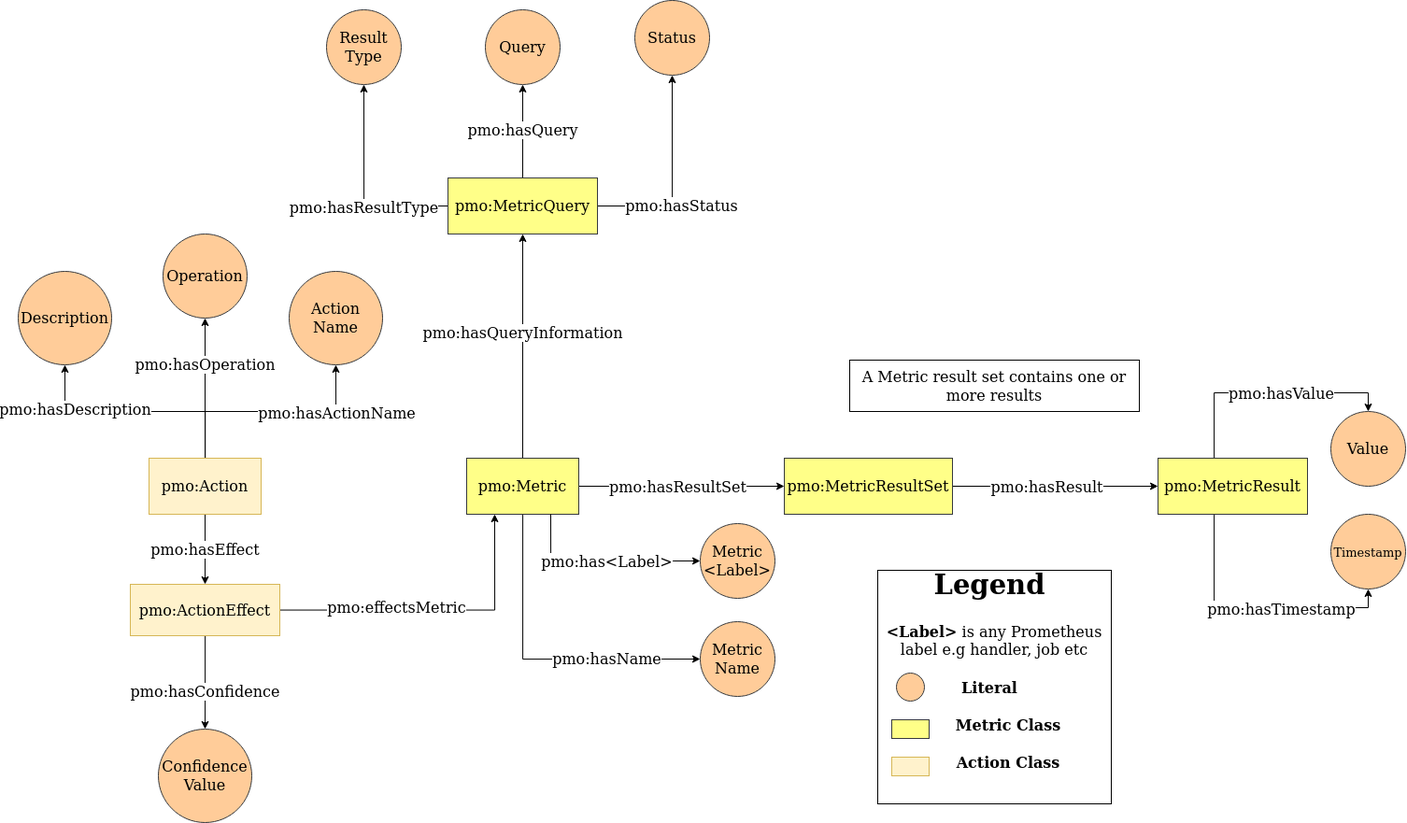
Before: images/class_interaction.png, a diagram exported from draw.io (alex-randles/Test-Github-Pages). Source tidied: cells renumbered, new cells last; positions are measured from the earlier drawing's top-left corner, leaving out a move shared by most shapes. The source it was exported from:
```xml
<mxGraphModel background="#ffffff">
  <root>
    <mxCell id="0" />
    <mxCell id="1" parent="0" />
    <mxCell id="2" style="edgeStyle=orthogonalEdgeStyle;rounded=0;jettySize=auto;html=1;fontSize=16;" parent="1" edge="1" source="6" target="10">
      <mxGeometry relative="1" as="geometry" />
    </mxCell>
    <mxCell id="3" value="pmo:hasResultSet" style="edgeLabel;html=1;align=center;verticalAlign=middle;fontSize=16;" parent="2" vertex="1">
      <mxGeometry x="0.08" y="1" relative="1" as="geometry">
        <mxPoint x="-13" y="1" as="offset" />
      </mxGeometry>
    </mxCell>
    <mxCell id="4" value="pmo:hasName" style="edgeStyle=orthogonalEdgeStyle;rounded=0;jettySize=auto;html=1;entryX=0;entryY=0.5;entryDx=0;entryDy=0;fontSize=16;" parent="1" edge="1" source="6" target="7">
      <mxGeometry x="0.42" relative="1" as="geometry">
        <Array as="points">
          <mxPoint x="540" y="705" />
        </Array>
      </mxGeometry>
    </mxCell>
    <mxCell id="5" value="pmo:hasQueryInformation" style="edgeStyle=orthogonalEdgeStyle;rounded=0;jettySize=auto;html=1;fontSize=16;" parent="1" edge="1" source="6" target="30">
      <mxGeometry x="0.12" relative="1" as="geometry">
        <mxPoint y="1" as="offset" />
      </mxGeometry>
    </mxCell>
    <mxCell id="6" value="pmo:Metric" style="rounded=0;whiteSpace=wrap;html=1;fillColor=#ffff88;strokeColor=#36393d;fontSize=16;" parent="1" vertex="1">
      <mxGeometry x="480" y="490" width="120" height="60" as="geometry" />
    </mxCell>
    <mxCell id="7" value="Metric Name" style="ellipse;whiteSpace=wrap;html=1;fontSize=16;fillColor=#ffcc99;strokeColor=#36393d;" parent="1" vertex="1">
      <mxGeometry x="730" y="665" width="80" height="80" as="geometry" />
    </mxCell>
    <mxCell id="8" style="edgeStyle=orthogonalEdgeStyle;rounded=0;jettySize=auto;html=1;fontSize=13;" parent="1" edge="1" source="10" target="24">
      <mxGeometry relative="1" as="geometry" />
    </mxCell>
    <mxCell id="9" value="pmo:hasResult" style="edgeLabel;html=1;align=center;verticalAlign=middle;fontSize=16;" parent="8" vertex="1">
      <mxGeometry x="-0.26" y="-5" relative="1" as="geometry">
        <mxPoint x="18" y="-5" as="offset" />
      </mxGeometry>
    </mxCell>
    <mxCell id="10" value="pmo:MetricResultSet" style="rounded=0;whiteSpace=wrap;html=1;fillColor=#ffff88;strokeColor=#36393d;fontSize=16;" parent="1" vertex="1">
      <mxGeometry x="820" y="490" width="180" height="60" as="geometry" />
    </mxCell>
    <mxCell id="11" style="edgeStyle=orthogonalEdgeStyle;rounded=0;jettySize=auto;html=1;entryX=0.75;entryY=1;entryDx=0;entryDy=0;fontSize=16;endArrow=none;endFill=0;startArrow=classic;startFill=1;" parent="1" edge="1" source="13" target="6">
      <mxGeometry relative="1" as="geometry" />
    </mxCell>
    <mxCell id="12" value="pmo:has&amp;lt;Label&amp;gt;" style="edgeLabel;html=1;align=center;verticalAlign=middle;fontSize=16;" parent="11" vertex="1">
      <mxGeometry x="0.07" y="2" relative="1" as="geometry">
        <mxPoint x="12" y="-2" as="offset" />
      </mxGeometry>
    </mxCell>
    <mxCell id="13" value="Metric &amp;lt;Label&amp;gt;" style="ellipse;whiteSpace=wrap;html=1;fontSize=16;fillColor=#ffcc99;strokeColor=#36393d;" parent="1" vertex="1">
      <mxGeometry x="730" y="560" width="80" height="80" as="geometry" />
    </mxCell>
    <mxCell id="14" value="&lt;b&gt;&amp;lt;Label&amp;gt;&lt;/b&gt; is any Prometheus label e.g handler, job etc" style="text;html=1;strokeColor=none;fillColor=none;align=center;verticalAlign=middle;whiteSpace=wrap;rounded=0;fontSize=16;" parent="1" vertex="1">
      <mxGeometry x="920" y="680" width="250" height="10" as="geometry" />
    </mxCell>
    <mxCell id="15" value="Value" style="ellipse;whiteSpace=wrap;html=1;fontSize=16;fillColor=#ffcc99;strokeColor=#36393d;" parent="1" vertex="1">
      <mxGeometry x="1405" y="440" width="80" height="80" as="geometry" />
    </mxCell>
    <mxCell id="16" style="ellipse;whiteSpace=wrap;html=1;fontSize=16;fillColor=#ffcc99;strokeColor=#36393d;" parent="1" vertex="1">
      <mxGeometry x="940" y="720" width="30" height="30" as="geometry" />
    </mxCell>
    <mxCell id="17" value="&lt;div&gt;&lt;br&gt;&lt;/div&gt;&lt;div&gt;&lt;br&gt;&lt;/div&gt;" style="rounded=0;whiteSpace=wrap;html=1;fillColor=#ffff88;strokeColor=#36393d;fontSize=16;" parent="1" vertex="1">
      <mxGeometry x="935" y="770" width="40" height="20" as="geometry" />
    </mxCell>
    <mxCell id="18" value="Literal" style="text;html=1;strokeColor=none;fillColor=none;align=center;verticalAlign=middle;whiteSpace=wrap;rounded=0;fontSize=16;fontStyle=1;" parent="1" vertex="1">
      <mxGeometry x="990" y="730" width="100" height="10" as="geometry" />
    </mxCell>
    <mxCell id="19" value="Metric Class" style="text;html=1;strokeColor=none;fillColor=none;align=center;verticalAlign=middle;whiteSpace=wrap;rounded=0;fontSize=16;fontStyle=1;" parent="1" vertex="1">
      <mxGeometry x="990" y="770" width="140" height="10" as="geometry" />
    </mxCell>
    <mxCell id="20" style="edgeStyle=orthogonalEdgeStyle;rounded=0;jettySize=auto;html=1;entryX=0.5;entryY=0;entryDx=0;entryDy=0;fontSize=13;" parent="1" edge="1" source="24" target="15">
      <mxGeometry relative="1" as="geometry">
        <Array as="points">
          <mxPoint x="1280" y="420" />
          <mxPoint x="1445" y="420" />
        </Array>
      </mxGeometry>
    </mxCell>
    <mxCell id="21" value="pmo:hasValue" style="edgeLabel;html=1;align=center;verticalAlign=middle;fontSize=16;" parent="20" vertex="1">
      <mxGeometry x="-0.19" y="-2" relative="1" as="geometry">
        <mxPoint x="37" y="-2" as="offset" />
      </mxGeometry>
    </mxCell>
    <mxCell id="22" style="edgeStyle=orthogonalEdgeStyle;rounded=0;jettySize=auto;html=1;entryX=0.5;entryY=1;entryDx=0;entryDy=0;fontSize=13;" parent="1" edge="1" source="24" target="25">
      <mxGeometry relative="1" as="geometry">
        <Array as="points">
          <mxPoint x="1280" y="650" />
          <mxPoint x="1445" y="650" />
        </Array>
      </mxGeometry>
    </mxCell>
    <mxCell id="23" value="pmo:hasTimestamp" style="edgeLabel;html=1;align=center;verticalAlign=middle;fontSize=16;" parent="22" vertex="1">
      <mxGeometry x="0.13" y="-1" relative="1" as="geometry">
        <mxPoint x="9" as="offset" />
      </mxGeometry>
    </mxCell>
    <mxCell id="24" value="pmo:MetricResult" style="rounded=0;whiteSpace=wrap;html=1;fillColor=#ffff88;strokeColor=#36393d;fontSize=16;" parent="1" vertex="1">
      <mxGeometry x="1220" y="490" width="160" height="60" as="geometry" />
    </mxCell>
    <mxCell id="25" value="&lt;font style=&quot;font-size: 13px;&quot;&gt;Timestamp&lt;/font&gt;" style="ellipse;whiteSpace=wrap;html=1;fontSize=16;fillColor=#ffcc99;strokeColor=#36393d;" parent="1" vertex="1">
      <mxGeometry x="1405" y="550" width="80" height="80" as="geometry" />
    </mxCell>
    <mxCell id="26" value="A Metric result set contains one or more results" style="rounded=0;whiteSpace=wrap;html=1;fontSize=16;fillColor=none;" parent="1" vertex="1">
      <mxGeometry x="890" y="385" width="310" height="55" as="geometry" />
    </mxCell>
    <mxCell id="27" value="pmo:hasResultType" style="edgeStyle=orthogonalEdgeStyle;rounded=0;jettySize=auto;html=1;fontSize=16;" parent="1" edge="1" source="30" target="32">
      <mxGeometry x="-0.18" relative="1" as="geometry">
        <mxPoint y="1" as="offset" />
      </mxGeometry>
    </mxCell>
    <mxCell id="28" value="pmo:hasQuery" style="edgeStyle=orthogonalEdgeStyle;rounded=0;jettySize=auto;html=1;fontSize=16;" parent="1" edge="1" source="30" target="31">
      <mxGeometry relative="1" as="geometry" />
    </mxCell>
    <mxCell id="29" value="pmo:hasStatus" style="edgeStyle=orthogonalEdgeStyle;rounded=0;jettySize=auto;html=1;entryX=0.5;entryY=1;entryDx=0;entryDy=0;fontSize=16;" parent="1" edge="1" source="30" target="33">
      <mxGeometry x="-0.27" y="-10" relative="1" as="geometry" />
    </mxCell>
    <mxCell id="30" value="pmo:MetricQuery" style="rounded=0;whiteSpace=wrap;html=1;fillColor=#ffff88;strokeColor=#36393d;fontSize=16;" parent="1" vertex="1">
      <mxGeometry x="460" y="190" width="160" height="60" as="geometry" />
    </mxCell>
    <mxCell id="31" value="Query" style="ellipse;whiteSpace=wrap;html=1;fontSize=16;fillColor=#ffcc99;strokeColor=#36393d;" parent="1" vertex="1">
      <mxGeometry x="500" y="10" width="80" height="80" as="geometry" />
    </mxCell>
    <mxCell id="32" value="Result Type" style="ellipse;whiteSpace=wrap;html=1;fontSize=16;fillColor=#ffcc99;strokeColor=#36393d;" parent="1" vertex="1">
      <mxGeometry x="330" y="10" width="80" height="80" as="geometry" />
    </mxCell>
    <mxCell id="33" value="Status" style="ellipse;whiteSpace=wrap;html=1;fontSize=16;fillColor=#ffcc99;strokeColor=#36393d;" parent="1" vertex="1">
      <mxGeometry x="660" width="80" height="80" as="geometry" />
    </mxCell>
    <mxCell id="34" value="pmo:hasEffect" style="edgeStyle=orthogonalEdgeStyle;rounded=0;jettySize=auto;html=1;entryX=0.5;entryY=0;entryDx=0;entryDy=0;fontSize=16;fontStyle=0;" parent="1" edge="1" source="40" target="44">
      <mxGeometry relative="1" as="geometry" />
    </mxCell>
    <mxCell id="35" style="edgeStyle=orthogonalEdgeStyle;rounded=0;jettySize=auto;html=1;entryX=0.5;entryY=1;entryDx=0;entryDy=0;" parent="1" edge="1" source="40" target="52">
      <mxGeometry relative="1" as="geometry">
        <Array as="points">
          <mxPoint x="200" y="440" />
          <mxPoint x="340" y="440" />
        </Array>
      </mxGeometry>
    </mxCell>
    <mxCell id="36" value="pmo:hasActionName" style="edgeLabel;html=1;align=center;verticalAlign=middle;fontSize=16;" parent="35" vertex="1">
      <mxGeometry x="0.58" y="-1" relative="1" as="geometry">
        <mxPoint x="1" as="offset" />
      </mxGeometry>
    </mxCell>
    <mxCell id="37" style="edgeStyle=orthogonalEdgeStyle;rounded=0;jettySize=auto;html=1;entryX=0.5;entryY=1;entryDx=0;entryDy=0;" parent="1" edge="1" source="40" target="45">
      <mxGeometry relative="1" as="geometry">
        <Array as="points">
          <mxPoint x="200" y="440" />
          <mxPoint x="50" y="440" />
        </Array>
      </mxGeometry>
    </mxCell>
    <mxCell id="38" value="pmo:hasDescription" style="edgeLabel;html=1;align=center;verticalAlign=middle;fontSize=16;" parent="37" vertex="1">
      <mxGeometry x="0.52" y="-3" relative="1" as="geometry">
        <mxPoint x="1" as="offset" />
      </mxGeometry>
    </mxCell>
    <mxCell id="39" value="&lt;font style=&quot;font-size: 16px;&quot;&gt;pmo:hasOperation&lt;/font&gt;" style="edgeStyle=orthogonalEdgeStyle;rounded=0;jettySize=auto;html=1;" parent="1" edge="1" source="40" target="46">
      <mxGeometry x="0.33" relative="1" as="geometry" />
    </mxCell>
    <mxCell id="40" value="pmo:Action" style="rounded=0;whiteSpace=wrap;html=1;fillColor=#fff2cc;strokeColor=#d6b656;fontSize=16;" parent="1" vertex="1">
      <mxGeometry x="140" y="490" width="120" height="60" as="geometry" />
    </mxCell>
    <mxCell id="41" style="edgeStyle=orthogonalEdgeStyle;rounded=0;jettySize=auto;html=1;entryX=0.25;entryY=1;entryDx=0;entryDy=0;fontSize=16;startArrow=none;startFill=0;endArrow=classic;endFill=1;" parent="1" edge="1" source="44" target="6">
      <mxGeometry relative="1" as="geometry" />
    </mxCell>
    <mxCell id="42" value="pmo:effectsMetric" style="edgeLabel;html=1;align=center;verticalAlign=middle;fontSize=16;" parent="41" vertex="1">
      <mxGeometry x="-0.25" y="-3" relative="1" as="geometry">
        <mxPoint y="-6" as="offset" />
      </mxGeometry>
    </mxCell>
    <mxCell id="43" value="pmo:hasConfidence" style="edgeStyle=orthogonalEdgeStyle;rounded=0;jettySize=auto;html=1;entryX=0.5;entryY=0;entryDx=0;entryDy=0;fontSize=16;" parent="1" edge="1" source="44" target="47">
      <mxGeometry x="0.2" relative="1" as="geometry">
        <Array as="points">
          <mxPoint x="200" y="740" />
          <mxPoint x="200" y="740" />
        </Array>
      </mxGeometry>
    </mxCell>
    <mxCell id="44" value="pmo:ActionEffect" style="rounded=0;whiteSpace=wrap;html=1;fillColor=#fff2cc;strokeColor=#d6b656;fontSize=16;" parent="1" vertex="1">
      <mxGeometry x="120" y="625" width="160" height="55" as="geometry" />
    </mxCell>
    <mxCell id="45" value="&lt;font style=&quot;font-size: 16px;&quot;&gt;Description&lt;/font&gt;" style="ellipse;whiteSpace=wrap;html=1;fontSize=16;fillColor=#ffcc99;strokeColor=#36393d;" parent="1" vertex="1">
      <mxGeometry y="290" width="100" height="100" as="geometry" />
    </mxCell>
    <mxCell id="46" value="&lt;font style=&quot;font-size: 16px;&quot;&gt;Operation&lt;/font&gt;" style="ellipse;whiteSpace=wrap;html=1;fontSize=16;fillColor=#ffcc99;strokeColor=#36393d;" parent="1" vertex="1">
      <mxGeometry x="155" y="250" width="90" height="90" as="geometry" />
    </mxCell>
    <mxCell id="47" value="&lt;font style=&quot;font-size: 16px;&quot;&gt;Confidence Value&lt;/font&gt;" style="ellipse;whiteSpace=wrap;html=1;fontSize=16;fillColor=#ffcc99;strokeColor=#36393d;" parent="1" vertex="1">
      <mxGeometry x="150" y="780" width="100" height="100" as="geometry" />
    </mxCell>
    <mxCell id="48" value="Action Class" style="text;html=1;strokeColor=none;fillColor=none;align=center;verticalAlign=middle;whiteSpace=wrap;rounded=0;fontSize=16;fontStyle=1;" parent="1" vertex="1">
      <mxGeometry x="990" y="810" width="140" height="10" as="geometry" />
    </mxCell>
    <mxCell id="49" value="&lt;div&gt;&lt;br&gt;&lt;/div&gt;&lt;div&gt;&lt;br&gt;&lt;/div&gt;" style="rounded=0;whiteSpace=wrap;html=1;fillColor=#fff2cc;strokeColor=#d6b656;fontSize=16;" parent="1" vertex="1">
      <mxGeometry x="935" y="810" width="40" height="20" as="geometry" />
    </mxCell>
    <mxCell id="50" style="whiteSpace=wrap;html=1;fontSize=16;fillColor=none;" parent="1" vertex="1">
      <mxGeometry x="920" y="610" width="250" height="250" as="geometry" />
    </mxCell>
    <mxCell id="51" value="&lt;font size=&quot;1&quot;&gt;&lt;b style=&quot;font-size: 29px;&quot;&gt;Legend&lt;/b&gt;&lt;/font&gt;" style="text;html=1;strokeColor=none;fillColor=none;align=center;verticalAlign=middle;whiteSpace=wrap;rounded=0;fontSize=16;" parent="1" vertex="1">
      <mxGeometry x="1010" y="610" width="60" height="30" as="geometry" />
    </mxCell>
    <mxCell id="52" value="Action Name" style="ellipse;whiteSpace=wrap;html=1;fontSize=16;fillColor=#ffcc99;strokeColor=#36393d;" parent="1" vertex="1">
      <mxGeometry x="290" y="290" width="100" height="100" as="geometry" />
    </mxCell>
  </root>
</mxGraphModel>
```
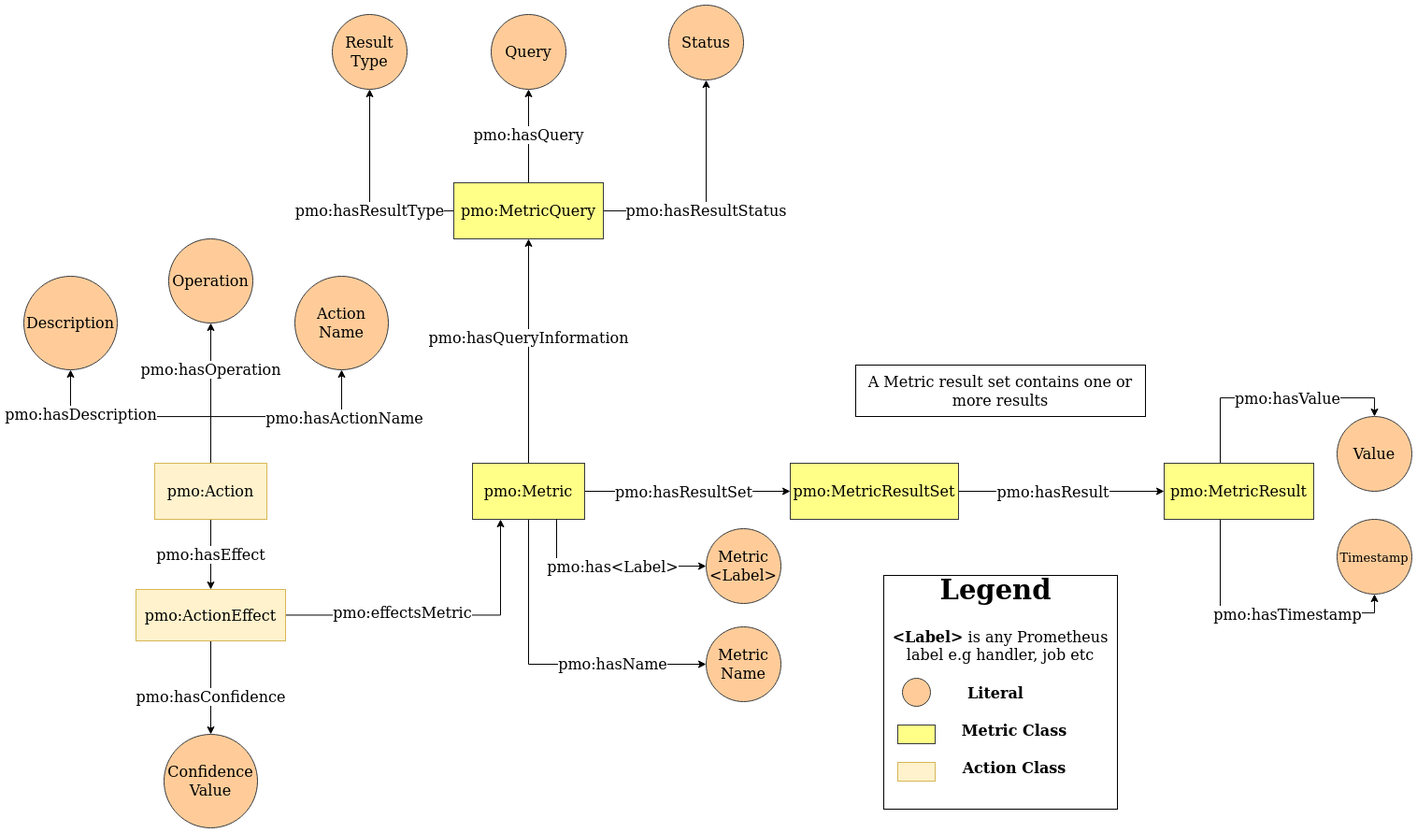
After the change.

What changed in the source:
```diff
@@ -111,8 +111,14 @@
     <mxCell id="28" value="pmo:hasQuery" style="edgeStyle=orthogonalEdgeStyle;rounded=0;jettySize=auto;html=1;fontSize=16;" parent="1" edge="1" source="30" target="31">
       <mxGeometry relative="1" as="geometry" />
     </mxCell>
-    <mxCell id="29" value="pmo:hasStatus" style="edgeStyle=orthogonalEdgeStyle;rounded=0;jettySize=auto;html=1;entryX=0.5;entryY=1;entryDx=0;entryDy=0;fontSize=16;" parent="1" edge="1" source="30" target="33">
-      <mxGeometry x="-0.27" y="-10" relative="1" as="geometry" />
+    <mxCell id="29" value="pmo:hasResultStatus" style="edgeStyle=orthogonalEdgeStyle;rounded=0;jettySize=auto;html=1;entryX=0.5;entryY=1;entryDx=0;entryDy=0;fontSize=16;" parent="1" edge="1" source="30" target="33">
+      <mxGeometry x="-0.12" relative="1" as="geometry">
+        <Array as="points">
+          <mxPoint x="730" y="220" />
+          <mxPoint x="730" y="80" />
+        </Array>
+        <mxPoint y="1" as="offset" />
+      </mxGeometry>
     </mxCell>
     <mxCell id="30" value="pmo:MetricQuery" style="rounded=0;whiteSpace=wrap;html=1;fillColor=#ffff88;strokeColor=#36393d;fontSize=16;" parent="1" vertex="1">
       <mxGeometry x="460" y="190" width="160" height="60" as="geometry" />
@@ -124,7 +130,7 @@
       <mxGeometry x="330" y="10" width="80" height="80" as="geometry" />
     </mxCell>
     <mxCell id="33" value="Status" style="ellipse;whiteSpace=wrap;html=1;fontSize=16;fillColor=#ffcc99;strokeColor=#36393d;" parent="1" vertex="1">
-      <mxGeometry x="660" width="80" height="80" as="geometry" />
+      <mxGeometry x="690" width="80" height="80" as="geometry" />
     </mxCell>
     <mxCell id="34" value="pmo:hasEffect" style="edgeStyle=orthogonalEdgeStyle;rounded=0;jettySize=auto;html=1;entryX=0.5;entryY=0;entryDx=0;entryDy=0;fontSize=16;fontStyle=0;" parent="1" edge="1" source="40" target="44">
       <mxGeometry relative="1" as="geometry" />
```
